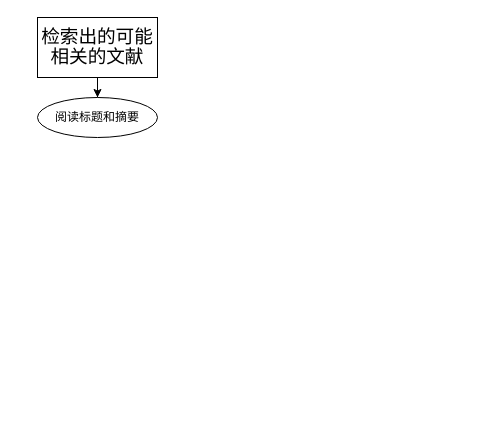
The draw.io diagram workflow.drawio in RASAAS/CER, before the edit. Source tidied: cells renumbered, new cells numbered last; positions are measured from the earlier drawing's top-left corner, leaving out a move shared by most shapes. Both pictures are drawn from the tidied source at 100%, with x=0, y=0 at pixel (37, 17).
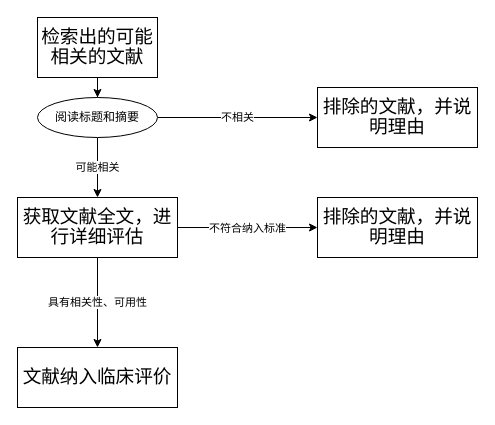
The same diagram, later.

Diff of the diagram source:
```diff
@@
 <mxGraphModel>
   <root>
     <mxCell id="0" />
     <mxCell id="1" parent="0" />
     <mxCell id="2" style="edgeStyle=orthogonalEdgeStyle;rounded=0;jettySize=auto;html=1;entryX=0.5;entryY=0;entryDx=0;entryDy=0;" parent="1" edge="1" source="3" target="4">
       <mxGeometry relative="1" as="geometry" />
     </mxCell>
     <mxCell id="3" value="&lt;span style=&quot;font-size: 14pt ; line-height: 19.9733px ; letter-spacing: -0.05pt&quot;&gt;检索出的可能相关的文献&lt;/span&gt;&lt;span style=&quot;font-size: medium&quot;&gt;&lt;/span&gt;" style="rounded=0;whiteSpace=wrap;html=1;" parent="1" vertex="1">
       <mxGeometry width="120" height="60" as="geometry" />
     </mxCell>
+    <mxCell id="5" value="可能相关" style="edgeStyle=orthogonalEdgeStyle;rounded=0;jettySize=auto;html=1;entryX=0.5;entryY=0;entryDx=0;entryDy=0;" parent="1" edge="1" source="4" target="10">
+      <mxGeometry relative="1" as="geometry" />
+    </mxCell>
+    <mxCell id="6" value="不相关" style="edgeStyle=orthogonalEdgeStyle;rounded=0;jettySize=auto;html=1;entryX=0;entryY=0.5;entryDx=0;entryDy=0;" parent="1" edge="1" source="4" target="11">
+      <mxGeometry relative="1" as="geometry" />
+    </mxCell>
     <mxCell id="4" value="阅读标题和摘要" style="ellipse;whiteSpace=wrap;html=1;" parent="1" vertex="1">
       <mxGeometry y="80" width="120" height="40" as="geometry" />
     </mxCell>
+    <mxCell id="7" value="&lt;span style=&quot;font-size: 11px&quot;&gt;具有相关性、可用性&lt;/span&gt;" style="edgeStyle=orthogonalEdgeStyle;rounded=0;jettySize=auto;html=1;entryX=0.5;entryY=0;entryDx=0;entryDy=0;" parent="1" edge="1" source="10" target="12">
+      <mxGeometry relative="1" as="geometry" />
+    </mxCell>
+    <mxCell id="8" style="edgeStyle=orthogonalEdgeStyle;rounded=0;jettySize=auto;html=1;entryX=0;entryY=0.5;entryDx=0;entryDy=0;" parent="1" edge="1" source="10" target="13">
+      <mxGeometry relative="1" as="geometry" />
+    </mxCell>
+    <mxCell id="9" value="不符合纳入标准" style="edgeLabel;html=1;align=center;verticalAlign=middle;" parent="8" vertex="1">
+      <mxGeometry x="-0.02" relative="1" as="geometry" />
+    </mxCell>
+    <mxCell id="10" value="&lt;span style=&quot;font-size: 14pt ; line-height: 19.9733px ; letter-spacing: -0.05pt&quot;&gt;获取文献全文，进行详细评估&lt;/span&gt;&lt;span style=&quot;font-size: medium&quot;&gt;&lt;/span&gt;" style="rounded=0;whiteSpace=wrap;html=1;" parent="1" vertex="1">
+      <mxGeometry x="-20" y="180" width="160" height="60" as="geometry" />
+    </mxCell>
+    <mxCell id="11" value="&lt;span style=&quot;font-size: 14pt ; line-height: 19.9733px ; letter-spacing: -0.05pt&quot;&gt;排除的文献，并说明理由&lt;/span&gt;&lt;span style=&quot;font-size: medium&quot;&gt;&lt;/span&gt;" style="rounded=0;whiteSpace=wrap;html=1;" parent="1" vertex="1">
+      <mxGeometry x="280" y="70" width="160" height="60" as="geometry" />
+    </mxCell>
+    <mxCell id="12" value="&lt;span style=&quot;font-size: 14pt ; line-height: 19.9733px ; letter-spacing: -0.05pt&quot;&gt;文献纳入临床评价&lt;/span&gt;&lt;span style=&quot;font-size: medium&quot;&gt;&lt;/span&gt;" style="rounded=0;whiteSpace=wrap;html=1;" parent="1" vertex="1">
+      <mxGeometry x="-20" y="330" width="160" height="60" as="geometry" />
+    </mxCell>
+    <mxCell id="13" value="&lt;span style=&quot;font-size: 14pt ; line-height: 19.9733px ; letter-spacing: -0.05pt&quot;&gt;排除的文献，并说明理由&lt;/span&gt;&lt;span style=&quot;font-size: medium&quot;&gt;&lt;/span&gt;" style="rounded=0;whiteSpace=wrap;html=1;" parent="1" vertex="1">
+      <mxGeometry x="280" y="180" width="160" height="60" as="geometry" />
+    </mxCell>
   </root>
 </mxGraphModel>
```
